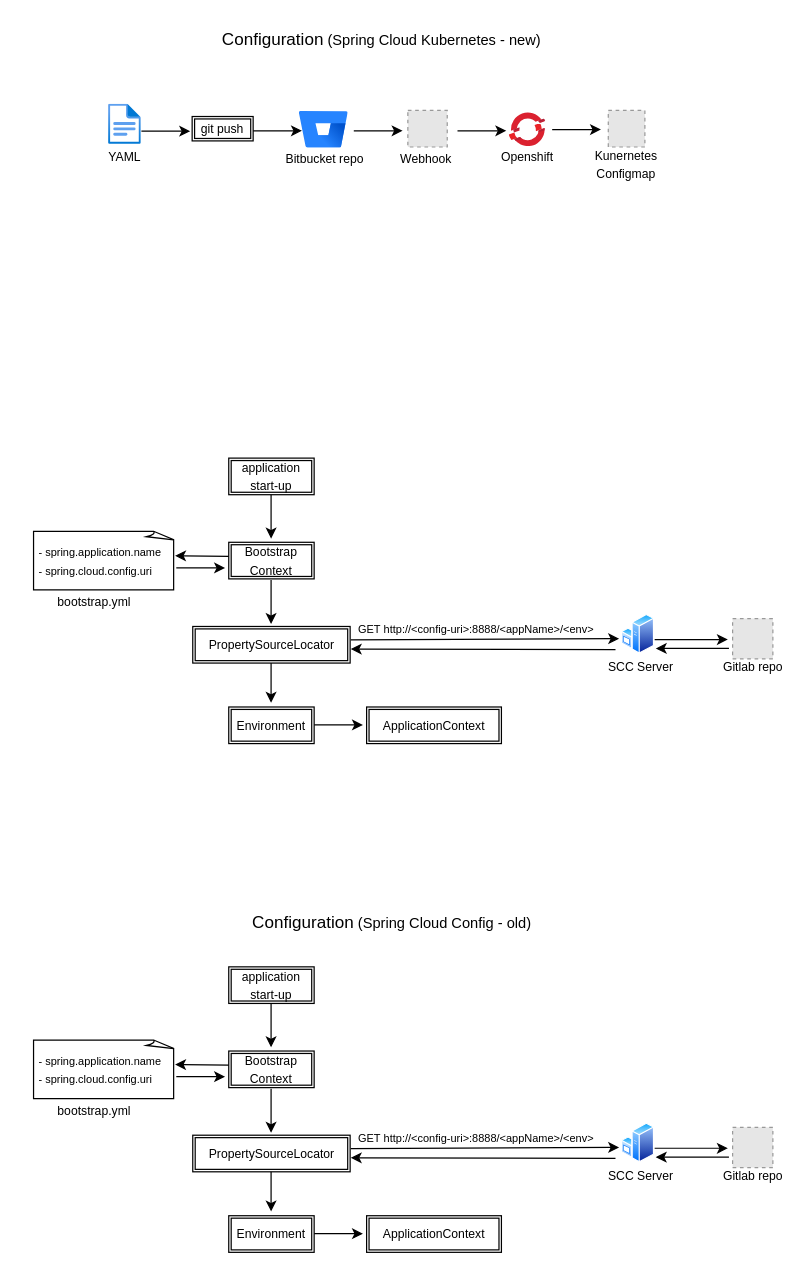
Earlier version of the draw.io diagram Configuration.drawio (rod-ag/Technical-Documentation). Source tidied: cells renumbered, new cells numbered last; positions are measured from the earlier drawing's top-left corner, leaving out a move shared by most shapes. Both pictures are drawn from the tidied source at 122%, with x=0, y=0 at pixel (33, 21). Pictures stored in the file or linked from it are replaced by grey dashed boxes.
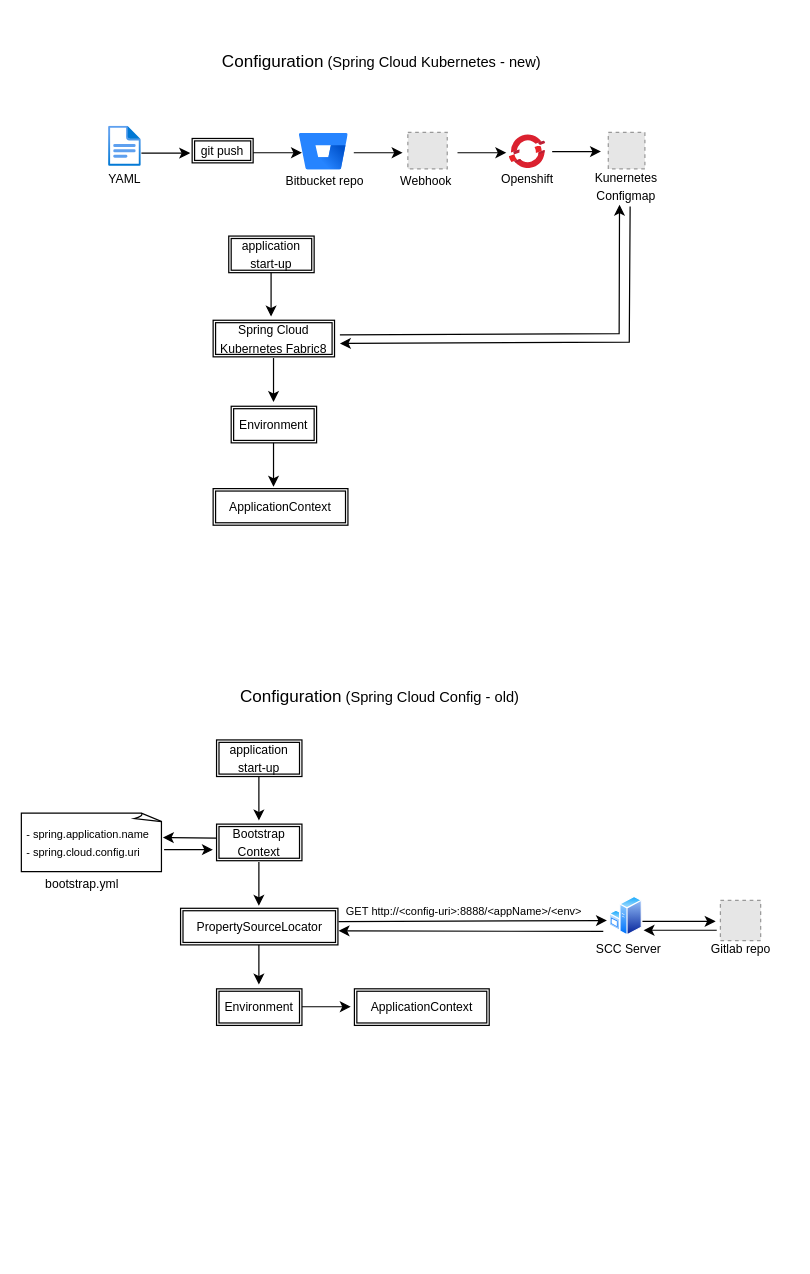
The same diagram, later.

Diff of the diagram source:
```diff
@@
     <mxCell id="2" value="&lt;font style=&quot;font-size: 14px;&quot;&gt;Configuration&lt;/font&gt;&amp;nbsp;(Spring Cloud Config - old)" style="text;html=1;whiteSpace=wrap;strokeColor=none;fillColor=none;align=center;verticalAlign=middle;rounded=0;" parent="1" vertex="1">
-      <mxGeometry x="164" y="724" width="260" height="30" as="geometry" />
+      <mxGeometry x="154" y="538" width="260" height="30" as="geometry" />
     </mxCell>
     <mxCell id="3" value="&lt;font style=&quot;font-size: 10px;&quot;&gt;Bootstrap Context&lt;/font&gt;" style="shape=ext;double=1;rounded=0;whiteSpace=wrap;html=1;" parent="1" vertex="1">
-      <mxGeometry x="160" y="844" width="70" height="30" as="geometry" />
+      <mxGeometry x="150" y="658" width="70" height="30" as="geometry" />
     </mxCell>
     <mxCell id="4" value="&lt;font style=&quot;font-size: 10px;&quot;&gt;bootstrap.yml&lt;/font&gt;" style="text;html=1;whiteSpace=wrap;strokeColor=none;fillColor=none;align=center;verticalAlign=middle;rounded=0;" parent="1" vertex="1">
-      <mxGeometry x="15" y="883" width="70" height="20" as="geometry" />
+      <mxGeometry x="5" y="697" width="70" height="20" as="geometry" />
     </mxCell>
     <mxCell id="5" style="endArrow=classic;html=1;rounded=0;entryX=1.033;entryY=0.325;entryDx=0;entryDy=0;entryPerimeter=0;exitX=0;exitY=0.25;exitDx=0;exitDy=0;" parent="1" edge="1">
       <mxGeometry relative="1" as="geometry">
-        <mxPoint x="160" y="855.5" as="sourcePoint" />
-        <mxPoint x="116" y="855" as="targetPoint" />
+        <mxPoint x="150" y="669.5" as="sourcePoint" />
+        <mxPoint x="106" y="669" as="targetPoint" />
       </mxGeometry>
     </mxCell>
     <mxCell id="6" value="&lt;div align=&quot;left&quot;&gt;&lt;font style=&quot;font-size: 9px;&quot;&gt;&amp;nbsp;- spring.application.name&lt;/font&gt;&lt;br&gt;&lt;font style=&quot;font-size: 9px;&quot;&gt;&amp;nbsp;- spring.cloud.config.uri&lt;/font&gt;&lt;/div&gt;" style="whiteSpace=wrap;html=1;shape=mxgraph.basic.document;align=left;" parent="1" vertex="1">
-      <mxGeometry y="835" width="116" height="48" as="geometry" />
+      <mxGeometry x="-10" y="649" width="116" height="48" as="geometry" />
     </mxCell>
     <mxCell id="7" style="endArrow=classic;html=1;rounded=0;" parent="1" edge="1">
       <mxGeometry relative="1" as="geometry">
-        <mxPoint x="117" y="865" as="sourcePoint" />
-        <mxPoint x="157" y="865" as="targetPoint" />
+        <mxPoint x="107" y="679" as="sourcePoint" />
+        <mxPoint x="147" y="679" as="targetPoint" />
       </mxGeometry>
     </mxCell>
     <mxCell id="8" style="endArrow=classic;html=1;rounded=0;exitX=1;exitY=0.5;exitDx=0;exitDy=0;" parent="1" edge="1">
       <mxGeometry relative="1" as="geometry">
-        <mxPoint x="260" y="924" as="sourcePoint" />
-        <mxPoint x="480" y="923" as="targetPoint" />
+        <mxPoint x="250" y="738" as="sourcePoint" />
+        <mxPoint x="470" y="737" as="targetPoint" />
       </mxGeometry>
     </mxCell>
     <mxCell id="9" value="&lt;font style=&quot;font-size: 9px;&quot;&gt;GET&amp;nbsp;http://&amp;lt;config-uri&amp;gt;:8888/&amp;lt;appName&amp;gt;/&amp;lt;env&amp;gt;&lt;/font&gt;" style="text;html=1;whiteSpace=wrap;strokeColor=none;fillColor=none;align=center;verticalAlign=middle;rounded=0;" parent="1" vertex="1">
-      <mxGeometry x="263" y="905" width="200" height="20" as="geometry" />
+      <mxGeometry x="253" y="719" width="200" height="20" as="geometry" />
     </mxCell>
     <mxCell id="10" style="image;perimeter=ellipsePerimeter;html=1;align=center;shadow=0;dashed=0;spacingTop=3;image=img/lib/active_directory/windows_server.svg;" parent="1" vertex="1">
-      <mxGeometry x="482" y="903" width="27.1" height="33" as="geometry" />
+      <mxGeometry x="472" y="717" width="27.1" height="33" as="geometry" />
     </mxCell>
     <mxCell id="11" value="&lt;font style=&quot;font-size: 10px;&quot;&gt;SCC Server&lt;/font&gt;" style="text;html=1;whiteSpace=wrap;strokeColor=none;fillColor=none;align=center;verticalAlign=middle;rounded=0;" parent="1" vertex="1">
-      <mxGeometry x="463" y="936" width="70" height="20" as="geometry" />
+      <mxGeometry x="453" y="750" width="70" height="20" as="geometry" />
     </mxCell>
     <mxCell id="12" style="endArrow=classic;html=1;rounded=0;entryX=1;entryY=0.75;entryDx=0;entryDy=0;" parent="1" edge="1">
       <mxGeometry relative="1" as="geometry">
-        <mxPoint x="477" y="932" as="sourcePoint" />
-        <mxPoint x="260" y="931.5" as="targetPoint" />
+        <mxPoint x="467" y="746" as="sourcePoint" />
+        <mxPoint x="250" y="745.5" as="targetPoint" />
       </mxGeometry>
     </mxCell>
     <mxCell id="13" value="&lt;font style=&quot;font-size: 10px;&quot;&gt;application start-up&lt;/font&gt;" style="shape=ext;double=1;rounded=0;whiteSpace=wrap;html=1;" parent="1" vertex="1">
-      <mxGeometry x="160" y="775" width="70" height="30" as="geometry" />
+      <mxGeometry x="150" y="589" width="70" height="30" as="geometry" />
     </mxCell>
     <mxCell id="14" style="endArrow=classic;html=1;rounded=0;" parent="1" edge="1">
       <mxGeometry relative="1" as="geometry">
-        <mxPoint x="194.7" y="805" as="sourcePoint" />
-        <mxPoint x="194.7" y="841" as="targetPoint" />
+        <mxPoint x="184.7" y="619" as="sourcePoint" />
+        <mxPoint x="184.7" y="655" as="targetPoint" />
       </mxGeometry>
     </mxCell>
     <mxCell id="15" style="endArrow=classic;html=1;rounded=0;" parent="1" edge="1">
       <mxGeometry relative="1" as="geometry">
-        <mxPoint x="509.1" y="923.7" as="sourcePoint" />
-        <mxPoint x="569.1" y="923.7" as="targetPoint" />
+        <mxPoint x="499.1" y="737.7" as="sourcePoint" />
+        <mxPoint x="559.1" y="737.7" as="targetPoint" />
       </mxGeometry>
     </mxCell>
     <mxCell id="16" style="fillColor=#E6E6E6;strokeColor=#999999;dashed=1;html=1;verticalAlign=top;verticalLabelPosition=bottom;labelBackgroundColor=#ffffff;" parent="1" vertex="1">
-      <mxGeometry x="573" y="906.5" width="33" height="33" as="geometry" />
+      <mxGeometry x="563" y="720.5" width="33" height="33" as="geometry" />
     </mxCell>
     <mxCell id="17" value="&lt;font style=&quot;font-size: 10px;&quot;&gt;Gitlab repo&lt;/font&gt;" style="text;html=1;whiteSpace=wrap;strokeColor=none;fillColor=none;align=center;verticalAlign=middle;rounded=0;" parent="1" vertex="1">
-      <mxGeometry x="559.5" y="936" width="60" height="20" as="geometry" />
+      <mxGeometry x="549.5" y="750" width="60" height="20" as="geometry" />
     </mxCell>
     <mxCell id="18" style="endArrow=classic;html=1;rounded=0;" parent="1" edge="1">
       <mxGeometry relative="1" as="geometry">
-        <mxPoint x="570" y="931" as="sourcePoint" />
-        <mxPoint x="510" y="931" as="targetPoint" />
+        <mxPoint x="560" y="745" as="sourcePoint" />
+        <mxPoint x="500" y="745" as="targetPoint" />
       </mxGeometry>
     </mxCell>
     <mxCell id="19" value="&lt;font style=&quot;font-size: 10px;&quot;&gt;Environment&lt;/font&gt;" style="shape=ext;double=1;rounded=0;whiteSpace=wrap;html=1;" parent="1" vertex="1">
-      <mxGeometry x="160" y="979" width="70" height="30" as="geometry" />
+      <mxGeometry x="150" y="793" width="70" height="30" as="geometry" />
     </mxCell>
     <mxCell id="20" style="endArrow=classic;html=1;rounded=0;" parent="1" edge="1">
       <mxGeometry relative="1" as="geometry">
-        <mxPoint x="194.7" y="939.5" as="sourcePoint" />
-        <mxPoint x="194.7" y="975.5" as="targetPoint" />
+        <mxPoint x="184.7" y="753.5" as="sourcePoint" />
+        <mxPoint x="184.7" y="789.5" as="targetPoint" />
       </mxGeometry>
     </mxCell>
     <mxCell id="21" value="&lt;font style=&quot;font-size: 10px;&quot;&gt;ApplicationContext&lt;/font&gt;" style="shape=ext;double=1;rounded=0;whiteSpace=wrap;html=1;" parent="1" vertex="1">
-      <mxGeometry x="273" y="979" width="110.5" height="30" as="geometry" />
+      <mxGeometry x="263" y="793" width="110.5" height="30" as="geometry" />
     </mxCell>
     <mxCell id="22" style="endArrow=classic;html=1;rounded=0;" parent="1" edge="1">
       <mxGeometry relative="1" as="geometry">
-        <mxPoint x="230" y="993.7" as="sourcePoint" />
-        <mxPoint x="270" y="993.7" as="targetPoint" />
+        <mxPoint x="220" y="807.7" as="sourcePoint" />
+        <mxPoint x="260" y="807.7" as="targetPoint" />
       </mxGeometry>
     </mxCell>
     <mxCell id="23" value="&lt;font style=&quot;font-size: 10px;&quot;&gt;PropertySourceLocator&lt;/font&gt;" style="shape=ext;double=1;rounded=0;whiteSpace=wrap;html=1;" parent="1" vertex="1">
-      <mxGeometry x="130.5" y="913" width="129" height="30" as="geometry" />
+      <mxGeometry x="120.5" y="727" width="129" height="30" as="geometry" />
     </mxCell>
     <mxCell id="24" style="endArrow=classic;html=1;rounded=0;" parent="1" edge="1">
       <mxGeometry relative="1" as="geometry">
-        <mxPoint x="194.7" y="875" as="sourcePoint" />
-        <mxPoint x="194.7" y="911" as="targetPoint" />
+        <mxPoint x="184.7" y="689" as="sourcePoint" />
+        <mxPoint x="184.7" y="725" as="targetPoint" />
       </mxGeometry>
     </mxCell>
     <mxCell id="25" value="&lt;font style=&quot;font-size: 14px;&quot;&gt;Configuration&lt;/font&gt;&amp;nbsp;(Spring Cloud Kubernetes - new)" style="text;html=1;whiteSpace=wrap;strokeColor=none;fillColor=none;align=center;verticalAlign=middle;rounded=0;" parent="1" vertex="1">
-      <mxGeometry x="136" width="299" height="30" as="geometry" />
+      <mxGeometry x="136" y="18" width="299" height="30" as="geometry" />
     </mxCell>
-    <mxCell id="26" value="&lt;font style=&quot;font-size: 10px;&quot;&gt;Bootstrap Context&lt;/font&gt;" style="shape=ext;double=1;rounded=0;whiteSpace=wrap;html=1;" parent="1" vertex="1">
-      <mxGeometry x="160" y="427" width="70" height="30" as="geometry" />
-    </mxCell>
-    <mxCell id="27" value="&lt;font style=&quot;font-size: 10px;&quot;&gt;bootstrap.yml&lt;/font&gt;" style="text;html=1;whiteSpace=wrap;strokeColor=none;fillColor=none;align=center;verticalAlign=middle;rounded=0;" parent="1" vertex="1">
-      <mxGeometry x="15" y="466" width="70" height="20" as="geometry" />
-    </mxCell>
-    <mxCell id="28" style="endArrow=classic;html=1;rounded=0;entryX=1.033;entryY=0.325;entryDx=0;entryDy=0;entryPerimeter=0;exitX=0;exitY=0.25;exitDx=0;exitDy=0;" parent="1" edge="1">
-      <mxGeometry relative="1" as="geometry">
-        <mxPoint x="160" y="438.5" as="sourcePoint" />
-        <mxPoint x="116" y="438" as="targetPoint" />
-      </mxGeometry>
-    </mxCell>
-    <mxCell id="29" value="&lt;div align=&quot;left&quot;&gt;&lt;font style=&quot;font-size: 9px;&quot;&gt;&amp;nbsp;- spring.application.name&lt;/font&gt;&lt;br&gt;&lt;font style=&quot;font-size: 9px;&quot;&gt;&amp;nbsp;- spring.cloud.config.uri&lt;/font&gt;&lt;/div&gt;" style="whiteSpace=wrap;html=1;shape=mxgraph.basic.document;align=left;" parent="1" vertex="1">
-      <mxGeometry y="418" width="116" height="48" as="geometry" />
-    </mxCell>
-    <mxCell id="30" style="endArrow=classic;html=1;rounded=0;" parent="1" edge="1">
-      <mxGeometry relative="1" as="geometry">
-        <mxPoint x="117" y="448" as="sourcePoint" />
-        <mxPoint x="157" y="448" as="targetPoint" />
-      </mxGeometry>
-    </mxCell>
-    <mxCell id="31" style="endArrow=classic;html=1;rounded=0;exitX=1;exitY=0.5;exitDx=0;exitDy=0;" parent="1" edge="1">
-      <mxGeometry relative="1" as="geometry">
-        <mxPoint x="260" y="507" as="sourcePoint" />
-        <mxPoint x="480" y="506" as="targetPoint" />
-      </mxGeometry>
-    </mxCell>
-    <mxCell id="32" value="&lt;font style=&quot;font-size: 9px;&quot;&gt;GET&amp;nbsp;http://&amp;lt;config-uri&amp;gt;:8888/&amp;lt;appName&amp;gt;/&amp;lt;env&amp;gt;&lt;/font&gt;" style="text;html=1;whiteSpace=wrap;strokeColor=none;fillColor=none;align=center;verticalAlign=middle;rounded=0;" parent="1" vertex="1">
-      <mxGeometry x="263" y="488" width="200" height="20" as="geometry" />
-    </mxCell>
-    <mxCell id="33" style="image;perimeter=ellipsePerimeter;html=1;align=center;shadow=0;dashed=0;spacingTop=3;image=img/lib/active_directory/windows_server.svg;" parent="1" vertex="1">
-      <mxGeometry x="482" y="486" width="27.1" height="33" as="geometry" />
-    </mxCell>
-    <mxCell id="34" value="&lt;font style=&quot;font-size: 10px;&quot;&gt;SCC Server&lt;/font&gt;" style="text;html=1;whiteSpace=wrap;strokeColor=none;fillColor=none;align=center;verticalAlign=middle;rounded=0;" parent="1" vertex="1">
-      <mxGeometry x="463" y="519" width="70" height="20" as="geometry" />
-    </mxCell>
-    <mxCell id="35" style="endArrow=classic;html=1;rounded=0;entryX=1;entryY=0.75;entryDx=0;entryDy=0;" parent="1" edge="1">
-      <mxGeometry relative="1" as="geometry">
-        <mxPoint x="477" y="515" as="sourcePoint" />
-        <mxPoint x="260" y="514.5" as="targetPoint" />
-      </mxGeometry>
-    </mxCell>
     <mxCell id="36" value="&lt;font style=&quot;font-size: 10px;&quot;&gt;application start-up&lt;/font&gt;" style="shape=ext;double=1;rounded=0;whiteSpace=wrap;html=1;" parent="1" vertex="1">
-      <mxGeometry x="160" y="358" width="70" height="30" as="geometry" />
+      <mxGeometry x="160" y="176" width="70" height="30" as="geometry" />
     </mxCell>
     <mxCell id="37" style="endArrow=classic;html=1;rounded=0;" parent="1" edge="1">
       <mxGeometry relative="1" as="geometry">
-        <mxPoint x="194.7" y="388" as="sourcePoint" />
-        <mxPoint x="194.7" y="424" as="targetPoint" />
+        <mxPoint x="194.7" y="206" as="sourcePoint" />
+        <mxPoint x="194.7" y="242" as="targetPoint" />
       </mxGeometry>
     </mxCell>
-    <mxCell id="38" style="endArrow=classic;html=1;rounded=0;" parent="1" edge="1">
-      <mxGeometry relative="1" as="geometry">
-        <mxPoint x="509.1" y="506.7" as="sourcePoint" />
-        <mxPoint x="569.1" y="506.7" as="targetPoint" />
-      </mxGeometry>
-    </mxCell>
-    <mxCell id="39" style="fillColor=#E6E6E6;strokeColor=#999999;dashed=1;html=1;verticalAlign=top;verticalLabelPosition=bottom;labelBackgroundColor=#ffffff;" parent="1" vertex="1">
-      <mxGeometry x="573" y="489.5" width="33" height="33" as="geometry" />
-    </mxCell>
-    <mxCell id="40" value="&lt;font style=&quot;font-size: 10px;&quot;&gt;Gitlab repo&lt;/font&gt;" style="text;html=1;whiteSpace=wrap;strokeColor=none;fillColor=none;align=center;verticalAlign=middle;rounded=0;" parent="1" vertex="1">
-      <mxGeometry x="559.5" y="519" width="60" height="20" as="geometry" />
-    </mxCell>
-    <mxCell id="41" style="endArrow=classic;html=1;rounded=0;" parent="1" edge="1">
-      <mxGeometry relative="1" as="geometry">
-        <mxPoint x="570" y="514" as="sourcePoint" />
-        <mxPoint x="510" y="514" as="targetPoint" />
-      </mxGeometry>
-    </mxCell>
     <mxCell id="42" value="&lt;font style=&quot;font-size: 10px;&quot;&gt;Environment&lt;/font&gt;" style="shape=ext;double=1;rounded=0;whiteSpace=wrap;html=1;" parent="1" vertex="1">
-      <mxGeometry x="160" y="562" width="70" height="30" as="geometry" />
+      <mxGeometry x="162" y="315.5" width="70" height="30" as="geometry" />
     </mxCell>
     <mxCell id="43" style="endArrow=classic;html=1;rounded=0;" parent="1" edge="1">
       <mxGeometry relative="1" as="geometry">
-        <mxPoint x="194.7" y="522.5" as="sourcePoint" />
-        <mxPoint x="194.7" y="558.5" as="targetPoint" />
+        <mxPoint x="196.7" y="276" as="sourcePoint" />
+        <mxPoint x="196.7" y="312" as="targetPoint" />
       </mxGeometry>
     </mxCell>
     <mxCell id="44" value="&lt;font style=&quot;font-size: 10px;&quot;&gt;ApplicationContext&lt;/font&gt;" style="shape=ext;double=1;rounded=0;whiteSpace=wrap;html=1;" parent="1" vertex="1">
-      <mxGeometry x="273" y="562" width="110.5" height="30" as="geometry" />
+      <mxGeometry x="147.2" y="383" width="110.5" height="30" as="geometry" />
     </mxCell>
-    <mxCell id="45" style="endArrow=classic;html=1;rounded=0;" parent="1" edge="1">
-      <mxGeometry relative="1" as="geometry">
-        <mxPoint x="230" y="576.7" as="sourcePoint" />
-        <mxPoint x="270" y="576.7" as="targetPoint" />
-      </mxGeometry>
-    </mxCell>
-    <mxCell id="46" value="&lt;font style=&quot;font-size: 10px;&quot;&gt;PropertySourceLocator&lt;/font&gt;" style="shape=ext;double=1;rounded=0;whiteSpace=wrap;html=1;" parent="1" vertex="1">
-      <mxGeometry x="130.5" y="496" width="129" height="30" as="geometry" />
-    </mxCell>
-    <mxCell id="47" style="endArrow=classic;html=1;rounded=0;" parent="1" edge="1">
-      <mxGeometry relative="1" as="geometry">
-        <mxPoint x="194.7" y="458" as="sourcePoint" />
-        <mxPoint x="194.7" y="494" as="targetPoint" />
-      </mxGeometry>
-    </mxCell>
     <mxCell id="48" value="&lt;font style=&quot;font-size: 10px;&quot;&gt;git push&lt;/font&gt;" style="shape=ext;double=1;rounded=0;whiteSpace=wrap;html=1;" parent="1" vertex="1">
-      <mxGeometry x="130" y="78" width="50" height="20" as="geometry" />
+      <mxGeometry x="130" y="96" width="50" height="20" as="geometry" />
     </mxCell>
     <mxCell id="49" style="endArrow=classic;html=1;rounded=0;" parent="1" edge="1">
       <mxGeometry relative="1" as="geometry">
-        <mxPoint x="180" y="89.7" as="sourcePoint" />
-        <mxPoint x="220" y="89.7" as="targetPoint" />
+        <mxPoint x="180" y="107.7" as="sourcePoint" />
+        <mxPoint x="220" y="107.7" as="targetPoint" />
       </mxGeometry>
     </mxCell>
     <mxCell id="50" style="image;html=1;image=img/lib/atlassian/Bitbucket_Logo.svg;" parent="1" vertex="1">
-      <mxGeometry x="218" y="74" width="40" height="30" as="geometry" />
+      <mxGeometry x="218" y="92" width="40" height="30" as="geometry" />
     </mxCell>
     <mxCell id="51" value="&lt;font style=&quot;font-size: 10px;&quot;&gt;Bitbucket repo&lt;/font&gt;" style="text;html=1;whiteSpace=wrap;strokeColor=none;fillColor=none;align=center;verticalAlign=middle;rounded=0;" parent="1" vertex="1">
-      <mxGeometry x="203.5" y="103" width="70" height="20" as="geometry" />
+      <mxGeometry x="203.5" y="121" width="70" height="20" as="geometry" />
     </mxCell>
     <mxCell id="52" style="fillColor=#E6E6E6;strokeColor=#999999;dashed=1;html=1;verticalAlign=top;verticalLabelPosition=bottom;labelBackgroundColor=#ffffff;" parent="1" vertex="1">
-      <mxGeometry x="306.8" y="73" width="32.3" height="30" as="geometry" />
+      <mxGeometry x="306.8" y="91" width="32.3" height="30" as="geometry" />
     </mxCell>
     <mxCell id="53" style="endArrow=classic;html=1;rounded=0;" parent="1" edge="1">
       <mxGeometry relative="1" as="geometry">
-        <mxPoint x="262.5" y="89.7" as="sourcePoint" />
-        <mxPoint x="302.5" y="89.7" as="targetPoint" />
+        <mxPoint x="262.5" y="107.7" as="sourcePoint" />
+        <mxPoint x="302.5" y="107.7" as="targetPoint" />
       </mxGeometry>
     </mxCell>
     <mxCell id="54" value="&lt;font style=&quot;font-size: 10px;&quot;&gt;Webhook&lt;/font&gt;" style="text;html=1;whiteSpace=wrap;strokeColor=none;fillColor=none;align=center;verticalAlign=middle;rounded=0;" parent="1" vertex="1">
-      <mxGeometry x="292" y="103" width="60" height="20" as="geometry" />
+      <mxGeometry x="292" y="121" width="60" height="20" as="geometry" />
     </mxCell>
     <mxCell id="55" style="endArrow=classic;html=1;rounded=0;" parent="1" edge="1">
       <mxGeometry relative="1" as="geometry">
-        <mxPoint x="347.5" y="89.7" as="sourcePoint" />
-        <mxPoint x="387.5" y="89.7" as="targetPoint" />
+        <mxPoint x="347.5" y="107.7" as="sourcePoint" />
+        <mxPoint x="387.5" y="107.7" as="targetPoint" />
       </mxGeometry>
     </mxCell>
     <mxCell id="56" style="image;html=1;align=center;fontSize=12;image=img/lib/azure2/general/File.svg;" parent="1" vertex="1">
-      <mxGeometry x="61.6" y="68" width="26.8" height="33" as="geometry" />
+      <mxGeometry x="61.6" y="86" width="26.8" height="33" as="geometry" />
     </mxCell>
     <mxCell id="57" value="&lt;font style=&quot;font-size: 10px;&quot;&gt;YAML&lt;/font&gt;" style="text;html=1;whiteSpace=wrap;strokeColor=none;fillColor=none;align=center;verticalAlign=middle;rounded=0;" parent="1" vertex="1">
-      <mxGeometry x="40" y="101" width="70" height="20" as="geometry" />
+      <mxGeometry x="40" y="119" width="70" height="20" as="geometry" />
     </mxCell>
     <mxCell id="58" style="endArrow=classic;html=1;rounded=0;" parent="1" edge="1">
       <mxGeometry relative="1" as="geometry">
-        <mxPoint x="88.4" y="90" as="sourcePoint" />
-        <mxPoint x="128.4" y="90" as="targetPoint" />
+        <mxPoint x="88.4" y="108" as="sourcePoint" />
+        <mxPoint x="128.4" y="108" as="targetPoint" />
       </mxGeometry>
     </mxCell>
     <mxCell id="59" style="image;html=1;align=center;fontSize=12;image=img/lib/azure2/containers/Azure_Red_Hat_OpenShift.svg;" parent="1" vertex="1">
-      <mxGeometry x="390" y="74" width="30" height="30" as="geometry" />
+      <mxGeometry x="390" y="92" width="30" height="30" as="geometry" />
     </mxCell>
     <mxCell id="60" value="&lt;font style=&quot;font-size: 10px;&quot;&gt;Openshift&lt;/font&gt;" style="text;html=1;whiteSpace=wrap;strokeColor=none;fillColor=none;align=center;verticalAlign=middle;rounded=0;" parent="1" vertex="1">
-      <mxGeometry x="375" y="101" width="60" height="20" as="geometry" />
+      <mxGeometry x="375" y="119" width="60" height="20" as="geometry" />
     </mxCell>
     <mxCell id="61" style="fillColor=#E6E6E6;strokeColor=#999999;dashed=1;html=1;verticalAlign=top;verticalLabelPosition=bottom;labelBackgroundColor=#ffffff;" parent="1" vertex="1">
-      <mxGeometry x="471.1" y="73" width="30" height="30" as="geometry" />
+      <mxGeometry x="471.1" y="91" width="30" height="30" as="geometry" />
     </mxCell>
     <mxCell id="62" value="&lt;font style=&quot;font-size: 10px;&quot;&gt;Kunernetes Configmap&lt;/font&gt;" style="text;html=1;whiteSpace=wrap;strokeColor=none;fillColor=none;align=center;verticalAlign=middle;rounded=0;" parent="1" vertex="1">
-      <mxGeometry x="456.1" y="107" width="60" height="20" as="geometry" />
+      <mxGeometry x="456.1" y="125" width="60" height="20" as="geometry" />
     </mxCell>
     <mxCell id="63" style="endArrow=classic;html=1;rounded=0;" parent="1" edge="1">
       <mxGeometry relative="1" as="geometry">
-        <mxPoint x="425.1" y="88.7" as="sourcePoint" />
-        <mxPoint x="465.1" y="88.7" as="targetPoint" />
+        <mxPoint x="425.1" y="106.7" as="sourcePoint" />
+        <mxPoint x="465.1" y="106.7" as="targetPoint" />
       </mxGeometry>
     </mxCell>
+    <mxCell id="64" style="endArrow=classic;html=1;rounded=0;" parent="1" edge="1">
+      <mxGeometry relative="1" as="geometry">
+        <mxPoint x="251.1" y="257" as="sourcePoint" />
+        <mxPoint x="480.3" y="150.3" as="targetPoint" />
+        <Array as="points">
+          <mxPoint x="480" y="256" />
+        </Array>
+      </mxGeometry>
+    </mxCell>
+    <mxCell id="65" style="endArrow=classic;html=1;rounded=0;" parent="1" edge="1">
+      <mxGeometry relative="1" as="geometry">
+        <mxPoint x="489" y="151.7" as="sourcePoint" />
+        <mxPoint x="251.1" y="264" as="targetPoint" />
+        <Array as="points">
+          <mxPoint x="488.3" y="263" />
+        </Array>
+      </mxGeometry>
+    </mxCell>
+    <mxCell id="66" value="&lt;font style=&quot;font-size: 10px;&quot;&gt;Spring Cloud Kubernetes Fabric8&lt;/font&gt;" style="shape=ext;double=1;rounded=0;whiteSpace=wrap;html=1;" parent="1" vertex="1">
+      <mxGeometry x="147.2" y="245" width="99.5" height="30" as="geometry" />
+    </mxCell>
+    <mxCell id="67" style="endArrow=classic;html=1;rounded=0;" parent="1" edge="1">
+      <mxGeometry relative="1" as="geometry">
+        <mxPoint x="196.7" y="345.5" as="sourcePoint" />
+        <mxPoint x="196.7" y="381.5" as="targetPoint" />
+      </mxGeometry>
+    </mxCell>
```
